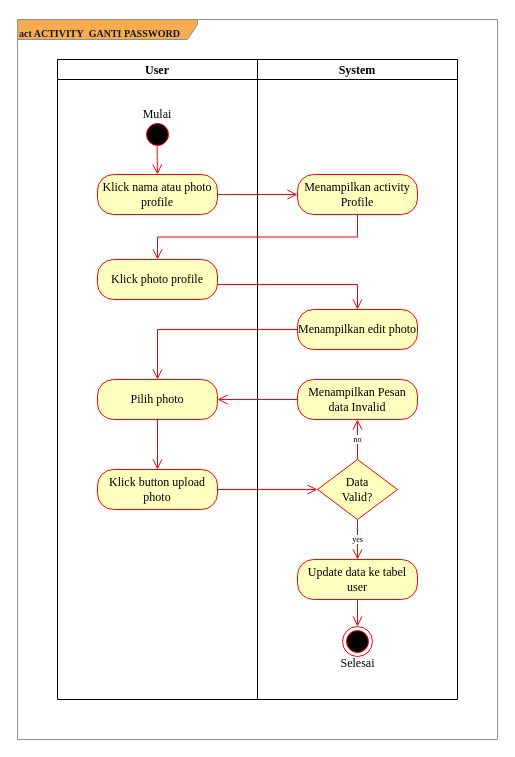
Above: page "act-ganti-password" (4 of 10) of saga-activity-diagram-register.drawio in AkbarMarunduri/Saga-Diagram (draw.io), before the change. Source tidied: cells renumbered, new cells numbered last; positions are measured from the earlier drawing's top-left corner, leaving out a move shared by most shapes. Both pictures are drawn from the tidied source at 100%, with x=0, y=0 at pixel (17, 19).
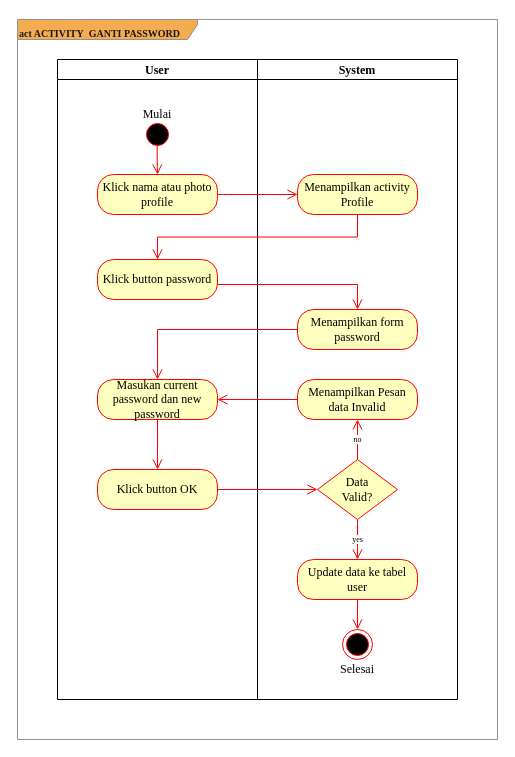
The same diagram, later.

The change refers to these unchanged cells:
```xml
<mxCell id="5" value="System" style="swimlane;startSize=20;hachureGap=4;fontFamily=Times New Roman;fontSize=12;align=center;" parent="1" vertex="1">
  <mxGeometry x="240" y="40" width="200" height="640" as="geometry" />
</mxCell>
<mxCell id="13" value="Update data ke tabel user" style="rounded=1;whiteSpace=wrap;html=1;arcSize=40;fontColor=#000000;fillColor=#ffffc0;strokeColor=#FF0000;hachureGap=4;fontFamily=Times New Roman;fontSize=12;align=center;" parent="5" vertex="1">
  <mxGeometry x="40" y="500" width="120" height="40" as="geometry" />
</mxCell>
```

Change to the diagram source:
```diff
@@
-    <mxCell id="7" value="Menampilkan edit photo" style="rounded=1;whiteSpace=wrap;html=1;arcSize=40;fontColor=#000000;fillColor=#ffffc0;strokeColor=#FF0000;hachureGap=4;fontFamily=Times New Roman;fontSize=12;align=center;" parent="5" vertex="1">
+    <mxCell id="7" value="Menampilkan form password" style="rounded=1;whiteSpace=wrap;html=1;arcSize=40;fontColor=#000000;fillColor=#ffffc0;strokeColor=#FF0000;hachureGap=4;fontFamily=Times New Roman;fontSize=12;align=center;" parent="5" vertex="1">
       <mxGeometry x="40" y="250" width="120" height="40" as="geometry" />
     </mxCell>
-    <mxCell id="8" value="&lt;br&gt;&lt;br&gt;&lt;br&gt;Selesai" style="ellipse;html=1;shape=endState;fillColor=#000000;strokeColor=#ff0000;hachureGap=4;fontFamily=Times New Roman;fontSize=12;align=center;" parent="5" vertex="1">
-      <mxGeometry x="85" y="567" width="30" height="30" as="geometry" />
-    </mxCell>
@@
-    <mxCell id="14" style="edgeStyle=orthogonalEdgeStyle;rounded=0;hachureGap=4;jettySize=auto;html=1;exitX=0.5;exitY=1;exitDx=0;exitDy=0;fontFamily=Times New Roman;fontSize=8;endArrow=open;startSize=14;endSize=8;sourcePerimeterSpacing=8;targetPerimeterSpacing=8;entryX=0.5;entryY=0;entryDx=0;entryDy=0;strokeColor=#FF0000;" parent="5" edge="1" source="13" target="8">
-      <mxGeometry relative="1" as="geometry" />
-    </mxCell>
@@
-    <mxCell id="18" value="Klick photo profile" style="rounded=1;whiteSpace=wrap;html=1;arcSize=40;fontColor=#000000;fillColor=#ffffc0;strokeColor=#FF0000;hachureGap=4;fontFamily=Times New Roman;fontSize=12;align=center;" parent="1" vertex="1">
+    <mxCell id="18" value="Klick button password" style="rounded=1;whiteSpace=wrap;html=1;arcSize=40;fontColor=#000000;fillColor=#ffffc0;strokeColor=#FF0000;hachureGap=4;fontFamily=Times New Roman;fontSize=12;align=center;" parent="1" vertex="1">
       <mxGeometry x="80" y="240" width="120" height="40" as="geometry" />
     </mxCell>
@@
-    <mxCell id="20" value="Pilih photo" style="rounded=1;whiteSpace=wrap;html=1;arcSize=40;fontColor=#000000;fillColor=#ffffc0;strokeColor=#FF0000;hachureGap=4;fontFamily=Times New Roman;fontSize=12;align=center;" parent="1" vertex="1">
+    <mxCell id="20" value="Masukan current password dan new password" style="rounded=1;whiteSpace=wrap;html=1;arcSize=40;fontColor=#000000;fillColor=#ffffc0;strokeColor=#FF0000;hachureGap=4;fontFamily=Times New Roman;fontSize=12;align=center;" parent="1" vertex="1">
       <mxGeometry x="80" y="360" width="120" height="40" as="geometry" />
     </mxCell>
@@
-    <mxCell id="22" value="Klick button&amp;nbsp;upload photo" style="rounded=1;whiteSpace=wrap;html=1;arcSize=40;fontColor=#000000;fillColor=#ffffc0;strokeColor=#FF0000;hachureGap=4;fontFamily=Times New Roman;fontSize=12;align=center;" parent="1" vertex="1">
+    <mxCell id="22" value="Klick button OK" style="rounded=1;whiteSpace=wrap;html=1;arcSize=40;fontColor=#000000;fillColor=#ffffc0;strokeColor=#FF0000;hachureGap=4;fontFamily=Times New Roman;fontSize=12;align=center;" parent="1" vertex="1">
       <mxGeometry x="80" y="450" width="120" height="40" as="geometry" />
     </mxCell>
@@
+    <mxCell id="14" style="edgeStyle=orthogonalEdgeStyle;rounded=0;hachureGap=4;jettySize=auto;html=1;exitX=0.5;exitY=1;exitDx=0;exitDy=0;fontFamily=Times New Roman;fontSize=8;endArrow=open;startSize=14;endSize=8;sourcePerimeterSpacing=8;targetPerimeterSpacing=8;entryX=0.5;entryY=0;entryDx=0;entryDy=0;strokeColor=#FF0000;" parent="1" edge="1" source="13" target="29">
+      <mxGeometry relative="1" as="geometry" />
+    </mxCell>
+    <mxCell id="28" style="group;" parent="1" vertex="1">
+      <mxGeometry x="310" y="610" width="60" height="55" as="geometry" />
+    </mxCell>
+    <mxCell id="29" style="ellipse;html=1;shape=endState;fillColor=#000000;strokeColor=#ff0000;hachureGap=4;fontFamily=Times New Roman;fontSize=12;align=center;" parent="28" vertex="1">
+      <mxGeometry x="15" width="30" height="30" as="geometry" />
+    </mxCell>
+    <mxCell id="8" value="&lt;font style=&quot;font-size: 12px&quot;&gt;Selesai&lt;/font&gt;" style="text;html=1;strokeColor=none;fillColor=none;align=center;verticalAlign=middle;whiteSpace=wrap;rounded=0;hachureGap=4;fontFamily=Times New Roman;fontSize=8;" parent="28" vertex="1">
+      <mxGeometry y="25" width="60" height="30" as="geometry" />
+    </mxCell>
```
